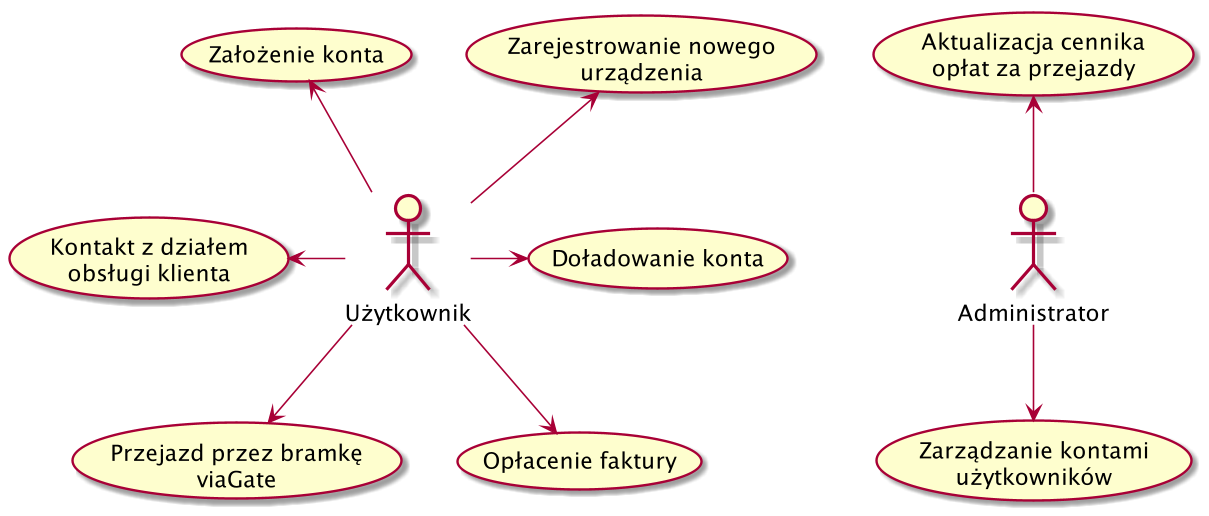
Above: diagrams/use_case.png in msieczko/viatoll (PlantUML), before the change.
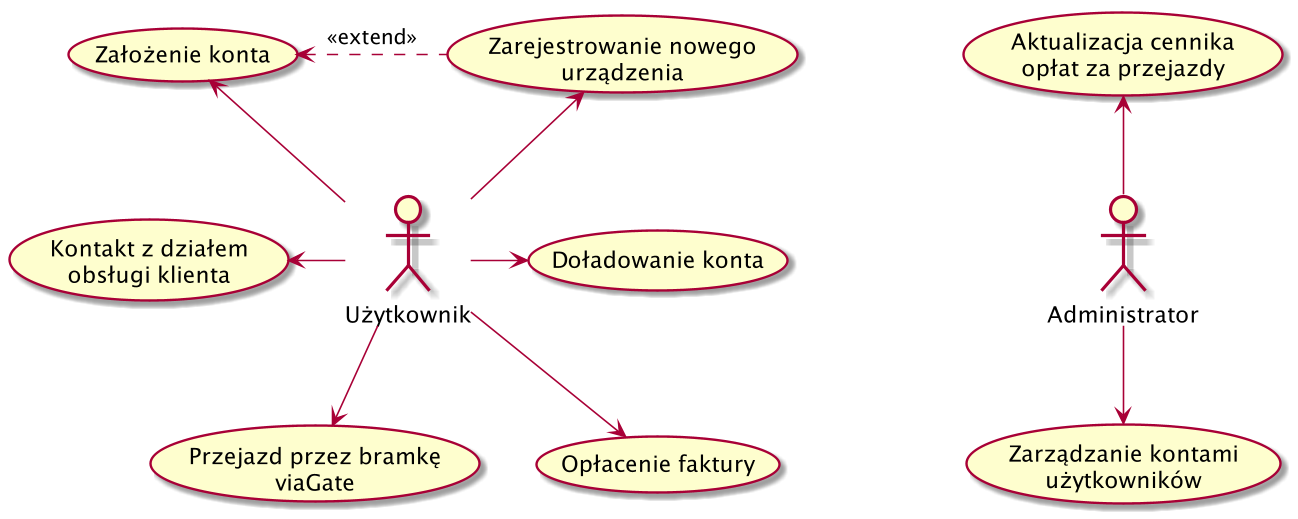
After the commit.

Commit message:
Add extends arrow

The edit, as a diff of the source:
```diff
@@ -1,13 +1,24 @@
 @startuml
 
-Administrator -u-> (Aktualizacja cennika\nopłat za przejazdy)
-Administrator -d-> (Zarządzanie kontami\nużytkowników)
+usecase (Założenie konta) as UC1
+usecase (Zarejestrowanie nowego\nurządzenia) as UC2
+usecase (Doładowanie konta) as UC3
+usecase (Przejazd przez bramkę\nviaGate) as UC5
+usecase (Opłacenie faktury) as UC4
+usecase (Kontakt z działem\nobsługi klienta) as UC6
+usecase (Aktualizacja cennika\nopłat za przejazdy) as UC7
+usecase (Zarządzanie kontami\nużytkowników) as UC8
 
-Użytkownik -u-> (Zarejestrowanie nowego\nurządzenia)
-Użytkownik -u-> (Założenie konta)
-Użytkownik -r-> (Doładowanie konta)
-Użytkownik -d-> (Przejazd przez bramkę\nviaGate)
-Użytkownik -d-> (Opłacenie faktury)
-Użytkownik -l-> (Kontakt z działem\nobsługi klienta)
+Administrator -u-> UC7
+Administrator -d-> UC8
+
+Użytkownik -u-> UC1
+Użytkownik -u-> UC2
+Użytkownik -r-> UC3
+Użytkownik -d-> UC4
+Użytkownik -d-> UC5
+Użytkownik -l-> UC6
+
+UC1 <. UC2 : <<extend>>
 
 @enduml
```
